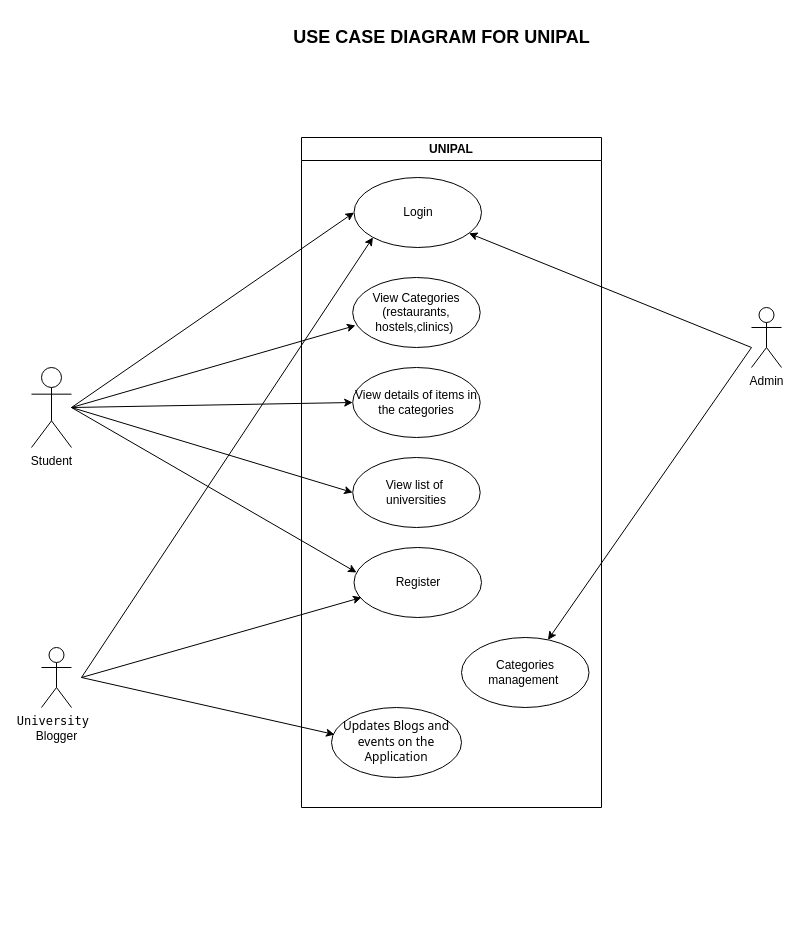
Earlier version of the draw.io diagram UniPal/UniPalUseCase.drawio (OKOLIMO-Joseph/System-Analysis-And-Design). Source tidied: cells renumbered, new cells numbered last; positions are measured from the earlier drawing's top-left corner, leaving out a move shared by most shapes. Both pictures are drawn from the tidied source at 100%, with x=0, y=0 at pixel (31, 17).
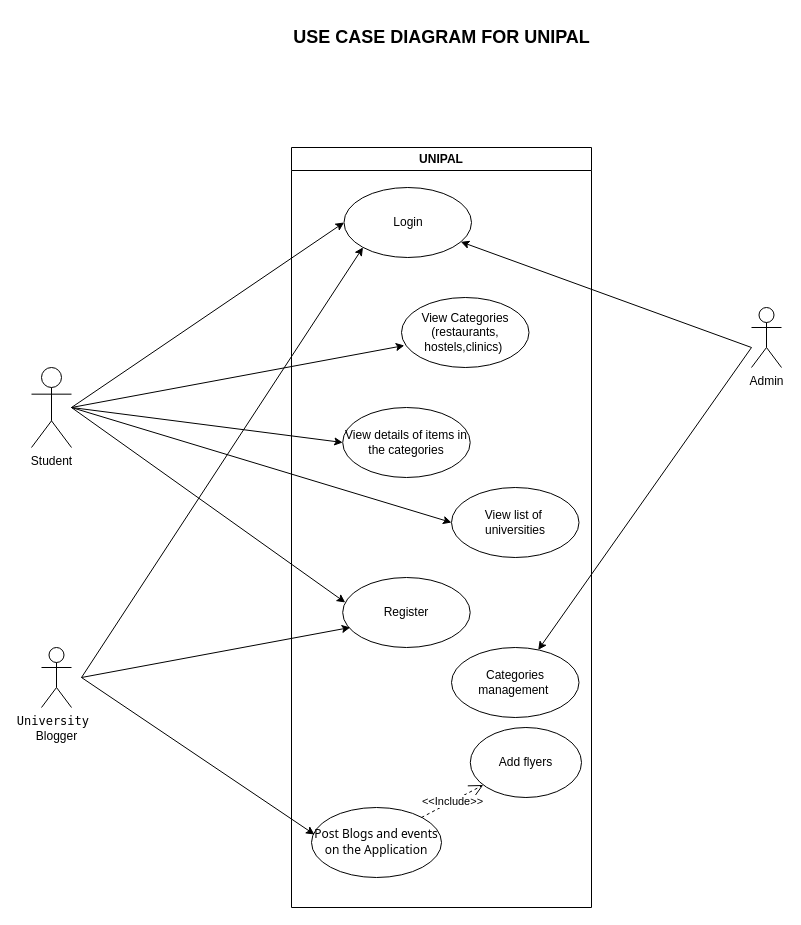
The same page after the edit.

Commit message:
Use Case Diagram for UniPal

What changed in the source:
```diff
@@
     <mxCell id="2" value="UNIPAL" style="swimlane;whiteSpace=wrap;html=1;" parent="1" vertex="1">
-      <mxGeometry x="270" y="120" width="300" height="670" as="geometry" />
+      <mxGeometry x="260" y="130" width="300" height="760" as="geometry" />
     </mxCell>
@@
     <mxCell id="4" value="View Categories&lt;div&gt;(restaurants, hostels,clinics)&amp;nbsp;&lt;/div&gt;" style="ellipse;whiteSpace=wrap;html=1;" parent="2" vertex="1">
-      <mxGeometry x="51.2" y="140" width="127.5" height="70" as="geometry" />
+      <mxGeometry x="110" y="150" width="127.5" height="70" as="geometry" />
     </mxCell>
     <mxCell id="5" value="Register" style="ellipse;whiteSpace=wrap;html=1;" parent="2" vertex="1">
-      <mxGeometry x="52.5" y="410" width="127.5" height="70" as="geometry" />
+      <mxGeometry x="51.2" y="430" width="127.5" height="70" as="geometry" />
     </mxCell>
     <mxCell id="6" value="View list of&amp;nbsp;&lt;div&gt;universities&lt;/div&gt;" style="ellipse;whiteSpace=wrap;html=1;" parent="2" vertex="1">
-      <mxGeometry x="51.2" y="320" width="127.5" height="70" as="geometry" />
+      <mxGeometry x="160" y="340" width="127.5" height="70" as="geometry" />
     </mxCell>
@@
     <mxCell id="8" value="View details of items in the categories" style="ellipse;whiteSpace=wrap;html=1;" parent="2" vertex="1">
-      <mxGeometry x="51.2" y="230" width="127.5" height="70" as="geometry" />
+      <mxGeometry x="51.2" y="260" width="127.5" height="70" as="geometry" />
     </mxCell>
-    <mxCell id="9" value="&lt;font face=&quot;Tahoma&quot;&gt;Updates Blogs and events on the Application&lt;/font&gt;" style="ellipse;whiteSpace=wrap;html=1;hachureGap=4;fontFamily=Architects Daughter;" parent="2" vertex="1">
-      <mxGeometry x="30" y="570" width="130" height="70" as="geometry" />
+    <mxCell id="9" value="&lt;font face=&quot;Tahoma&quot;&gt;Post Blogs and events on the Application&lt;/font&gt;" style="ellipse;whiteSpace=wrap;html=1;hachureGap=4;fontFamily=Architects Daughter;" parent="2" vertex="1">
+      <mxGeometry x="20" y="660" width="130" height="70" as="geometry" />
     </mxCell>
+    <mxCell id="24" value="Add flyers" style="ellipse;whiteSpace=wrap;html=1;" parent="2" vertex="1">
+      <mxGeometry x="178.8" y="580" width="111.2" height="70" as="geometry" />
+    </mxCell>
+    <mxCell id="25" value="&amp;lt;&amp;lt;Include&amp;gt;&amp;gt;" style="endArrow=open;endSize=12;dashed=1;html=1;rounded=0;" parent="2" edge="1" target="24">
+      <mxGeometry relative="1" as="geometry">
+        <mxPoint x="130" y="670" as="sourcePoint" />
+      </mxGeometry>
+    </mxCell>
```
